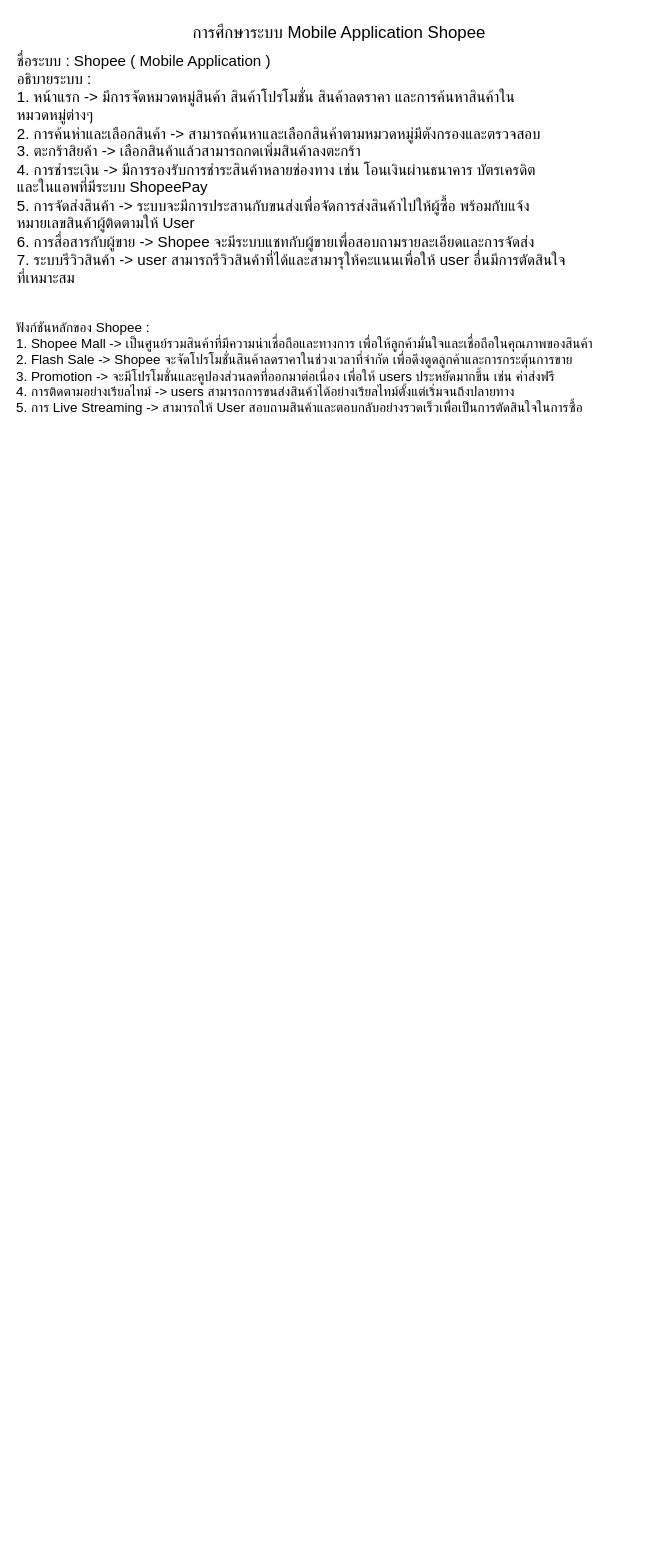
Earlier version of the draw.io diagram Untitled Diagram.drawio (ibounnet/systemAnalysis). Source tidied: cells renumbered, new cells numbered last; positions are measured from the earlier drawing's top-left corner, leaving out a move shared by most shapes. Both pictures are drawn from the tidied source at 84%, with x=0, y=0 at pixel (14, 14).
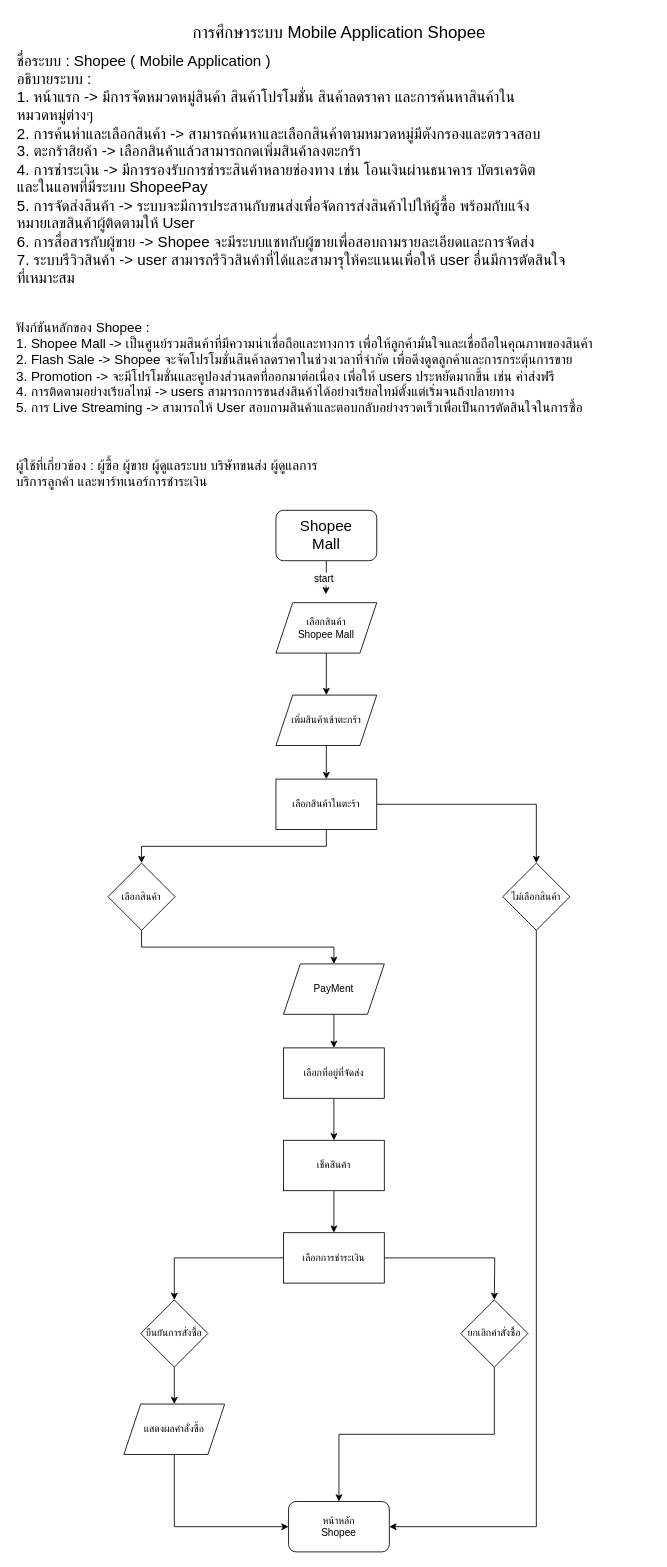
After the change.

The edit, as a diff of the source:
```diff
@@
+    <mxCell id="5" value="&lt;span style=&quot;font-size: 16px;&quot;&gt;ผู้ใช้ที่เกี่ยวข้อง : ผู้ซื้อ ผู้ขาย ผู้ดูแลระบบ บริษัทขนส่ง ผู้ดูแลการบริการลูกค้า และพาร์ทเนอร์การชำระเงิน&lt;/span&gt;" style="text;html=1;align=left;verticalAlign=middle;whiteSpace=wrap;rounded=0;fontSize=16;" parent="1" vertex="1">
+      <mxGeometry y="531" width="380" height="30" as="geometry" />
+    </mxCell>
+    <mxCell id="6" style="edgeStyle=orthogonalEdgeStyle;rounded=0;jettySize=auto;html=1;exitX=0.5;exitY=1;exitDx=0;exitDy=0;" parent="1" edge="1" source="8">
+      <mxGeometry relative="1" as="geometry">
+        <mxPoint x="370.3" y="690" as="targetPoint" />
+      </mxGeometry>
+    </mxCell>
+    <mxCell id="7" value="&lt;span style=&quot;font-size: 12px; text-wrap-mode: wrap; background-color: rgb(251, 251, 251);&quot;&gt;start&lt;/span&gt;" style="edgeLabel;html=1;align=center;verticalAlign=middle;" parent="6" vertex="1">
+      <mxGeometry x="0.02" y="-2" relative="1" as="geometry">
+        <mxPoint x="-1" y="1" as="offset" />
+      </mxGeometry>
+    </mxCell>
+    <mxCell id="8" value="&lt;font style=&quot;font-size: 18px;&quot;&gt;Shopee&lt;/font&gt;&lt;div style=&quot;font-size: 18px;&quot;&gt;&lt;font style=&quot;font-size: 18px;&quot;&gt;Mall&lt;/font&gt;&lt;/div&gt;" style="rounded=1;whiteSpace=wrap;html=1;" parent="1" vertex="1">
+      <mxGeometry x="311" y="590" width="120" height="60" as="geometry" />
+    </mxCell>
+    <mxCell id="9" style="edgeStyle=orthogonalEdgeStyle;rounded=0;jettySize=auto;html=1;exitX=0.5;exitY=1;exitDx=0;exitDy=0;" parent="1" edge="1" source="10" target="12">
+      <mxGeometry relative="1" as="geometry" />
+    </mxCell>
+    <mxCell id="10" value="เลือกสินค้า&lt;div&gt;Shopee Mall&lt;/div&gt;" style="shape=parallelogram;perimeter=parallelogramPerimeter;whiteSpace=wrap;html=1;fixedSize=1;" parent="1" vertex="1">
+      <mxGeometry x="311" y="700" width="120" height="60" as="geometry" />
+    </mxCell>
+    <mxCell id="11" style="edgeStyle=orthogonalEdgeStyle;rounded=0;jettySize=auto;html=1;exitX=0.5;exitY=1;exitDx=0;exitDy=0;" parent="1" edge="1" source="12" target="15">
+      <mxGeometry relative="1" as="geometry" />
+    </mxCell>
+    <mxCell id="12" value="เพิ่มสินค้าเข้าตะกร้า" style="shape=parallelogram;perimeter=parallelogramPerimeter;whiteSpace=wrap;html=1;fixedSize=1;" parent="1" vertex="1">
+      <mxGeometry x="311" y="810" width="120" height="60" as="geometry" />
+    </mxCell>
+    <mxCell id="13" style="edgeStyle=orthogonalEdgeStyle;rounded=0;jettySize=auto;html=1;exitX=0.5;exitY=1;exitDx=0;exitDy=0;entryX=0.5;entryY=0;entryDx=0;entryDy=0;" parent="1" edge="1" source="15" target="17">
+      <mxGeometry relative="1" as="geometry" />
+    </mxCell>
+    <mxCell id="14" style="edgeStyle=orthogonalEdgeStyle;rounded=0;jettySize=auto;html=1;exitX=1;exitY=0.5;exitDx=0;exitDy=0;" parent="1" edge="1" source="15" target="21">
+      <mxGeometry relative="1" as="geometry" />
+    </mxCell>
+    <mxCell id="15" value="เลือกสินค้าในตะร้า" style="rounded=0;whiteSpace=wrap;html=1;" parent="1" vertex="1">
+      <mxGeometry x="311" y="910" width="120" height="60" as="geometry" />
+    </mxCell>
+    <mxCell id="16" style="edgeStyle=orthogonalEdgeStyle;rounded=0;jettySize=auto;html=1;exitX=0.5;exitY=1;exitDx=0;exitDy=0;" parent="1" edge="1" source="17" target="19">
+      <mxGeometry relative="1" as="geometry" />
+    </mxCell>
+    <mxCell id="17" value="เลือกสินค้า" style="rhombus;whiteSpace=wrap;html=1;" parent="1" vertex="1">
+      <mxGeometry x="111" y="1010" width="80" height="80" as="geometry" />
+    </mxCell>
+    <mxCell id="18" style="edgeStyle=orthogonalEdgeStyle;rounded=0;jettySize=auto;html=1;exitX=0.5;exitY=1;exitDx=0;exitDy=0;entryX=0.5;entryY=0;entryDx=0;entryDy=0;" parent="1" edge="1" source="19" target="23">
+      <mxGeometry relative="1" as="geometry" />
+    </mxCell>
+    <mxCell id="19" value="PayMent" style="shape=parallelogram;perimeter=parallelogramPerimeter;whiteSpace=wrap;html=1;fixedSize=1;" parent="1" vertex="1">
+      <mxGeometry x="320" y="1130" width="120" height="60" as="geometry" />
+    </mxCell>
+    <mxCell id="20" style="edgeStyle=orthogonalEdgeStyle;rounded=0;jettySize=auto;html=1;exitX=0.5;exitY=1;exitDx=0;exitDy=0;entryX=1;entryY=0.5;entryDx=0;entryDy=0;" parent="1" edge="1" source="21" target="35">
+      <mxGeometry relative="1" as="geometry">
+        <Array as="points">
+          <mxPoint x="621" y="1090" />
+          <mxPoint x="621" y="1800" />
+        </Array>
+      </mxGeometry>
+    </mxCell>
+    <mxCell id="21" value="ไม่เลือกสินค้า" style="rhombus;whiteSpace=wrap;html=1;" parent="1" vertex="1">
+      <mxGeometry x="581" y="1010" width="80" height="80" as="geometry" />
+    </mxCell>
+    <mxCell id="22" style="edgeStyle=orthogonalEdgeStyle;rounded=0;jettySize=auto;html=1;" parent="1" edge="1" source="23" target="25">
+      <mxGeometry relative="1" as="geometry" />
+    </mxCell>
+    <mxCell id="23" value="เลือกที่อยู่ที่จัดส่ง" style="rounded=0;whiteSpace=wrap;html=1;" parent="1" vertex="1">
+      <mxGeometry x="320" y="1230" width="120" height="60" as="geometry" />
+    </mxCell>
+    <mxCell id="24" style="edgeStyle=orthogonalEdgeStyle;rounded=0;jettySize=auto;html=1;" parent="1" edge="1" source="25" target="28">
+      <mxGeometry relative="1" as="geometry" />
+    </mxCell>
+    <mxCell id="25" value="เช็คสินค้า" style="whiteSpace=wrap;html=1;rounded=0;" parent="1" vertex="1">
+      <mxGeometry x="320" y="1340" width="120" height="60" as="geometry" />
+    </mxCell>
+    <mxCell id="26" style="edgeStyle=orthogonalEdgeStyle;rounded=0;jettySize=auto;html=1;exitX=0;exitY=0.5;exitDx=0;exitDy=0;" parent="1" edge="1" source="28" target="30">
+      <mxGeometry relative="1" as="geometry" />
+    </mxCell>
+    <mxCell id="27" style="edgeStyle=orthogonalEdgeStyle;rounded=0;jettySize=auto;html=1;exitX=1;exitY=0.5;exitDx=0;exitDy=0;" parent="1" edge="1" source="28">
+      <mxGeometry relative="1" as="geometry">
+        <mxPoint x="571" y="1530" as="targetPoint" />
+      </mxGeometry>
+    </mxCell>
+    <mxCell id="28" value="เลือกการชำระเงิน" style="whiteSpace=wrap;html=1;rounded=0;" parent="1" vertex="1">
+      <mxGeometry x="320" y="1450" width="120" height="60" as="geometry" />
+    </mxCell>
+    <mxCell id="29" style="edgeStyle=orthogonalEdgeStyle;rounded=0;jettySize=auto;html=1;exitX=0.5;exitY=1;exitDx=0;exitDy=0;" parent="1" edge="1" source="30" target="34">
+      <mxGeometry relative="1" as="geometry" />
+    </mxCell>
+    <mxCell id="30" value="ยืนยันการสั่งซื้อ" style="rhombus;whiteSpace=wrap;html=1;" parent="1" vertex="1">
+      <mxGeometry x="150" y="1530" width="80" height="80" as="geometry" />
+    </mxCell>
+    <mxCell id="31" style="edgeStyle=orthogonalEdgeStyle;rounded=0;jettySize=auto;html=1;exitX=0.5;exitY=1;exitDx=0;exitDy=0;entryX=0.5;entryY=0;entryDx=0;entryDy=0;" parent="1" edge="1" source="32" target="35">
+      <mxGeometry relative="1" as="geometry" />
+    </mxCell>
+    <mxCell id="32" value="ยกเลิกคำสั่งซื้อ" style="rhombus;whiteSpace=wrap;html=1;" parent="1" vertex="1">
+      <mxGeometry x="531" y="1530" width="80" height="80" as="geometry" />
+    </mxCell>
+    <mxCell id="33" style="edgeStyle=orthogonalEdgeStyle;rounded=0;jettySize=auto;html=1;exitX=0.5;exitY=1;exitDx=0;exitDy=0;entryX=0;entryY=0.5;entryDx=0;entryDy=0;" parent="1" edge="1" source="34" target="35">
+      <mxGeometry relative="1" as="geometry" />
+    </mxCell>
+    <mxCell id="34" value="แสดงผลคำสั่งซื้อ" style="shape=parallelogram;perimeter=parallelogramPerimeter;whiteSpace=wrap;html=1;fixedSize=1;" parent="1" vertex="1">
+      <mxGeometry x="130" y="1654" width="120" height="60" as="geometry" />
+    </mxCell>
+    <mxCell id="35" value="หน้าหลัก&lt;div&gt;Shopee&lt;/div&gt;" style="rounded=1;whiteSpace=wrap;html=1;" parent="1" vertex="1">
+      <mxGeometry x="326" y="1770" width="120" height="60" as="geometry" />
+    </mxCell>
```
